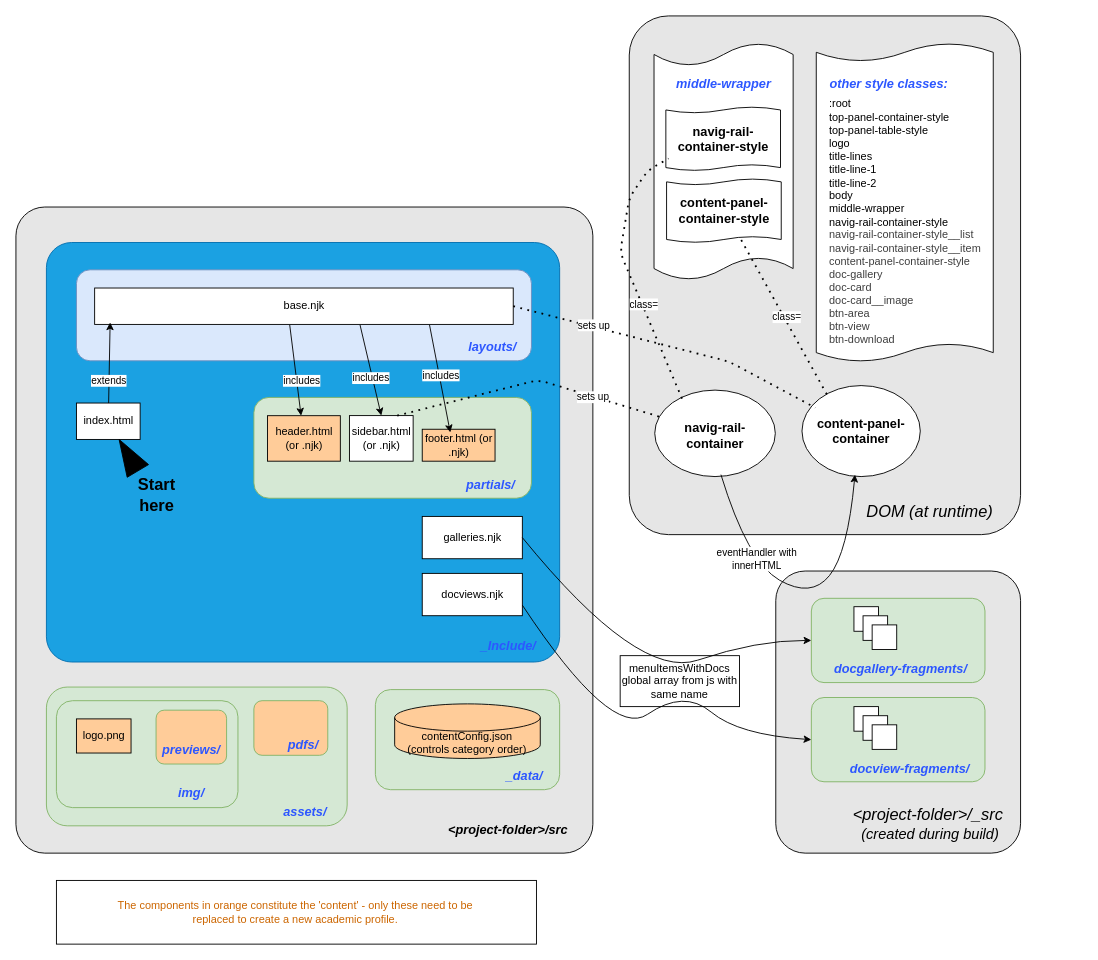
This is src/nunjucks architecture.drawio from johnoos/fragment-gallery, a draw.io file, before an edit. Source tidied: cells renumbered, new cells numbered last; positions are measured from the earlier drawing's top-left corner, leaving out a move shared by most shapes. Both pictures are drawn from the tidied source at 91%, with x=0, y=0 at pixel (15, 15).
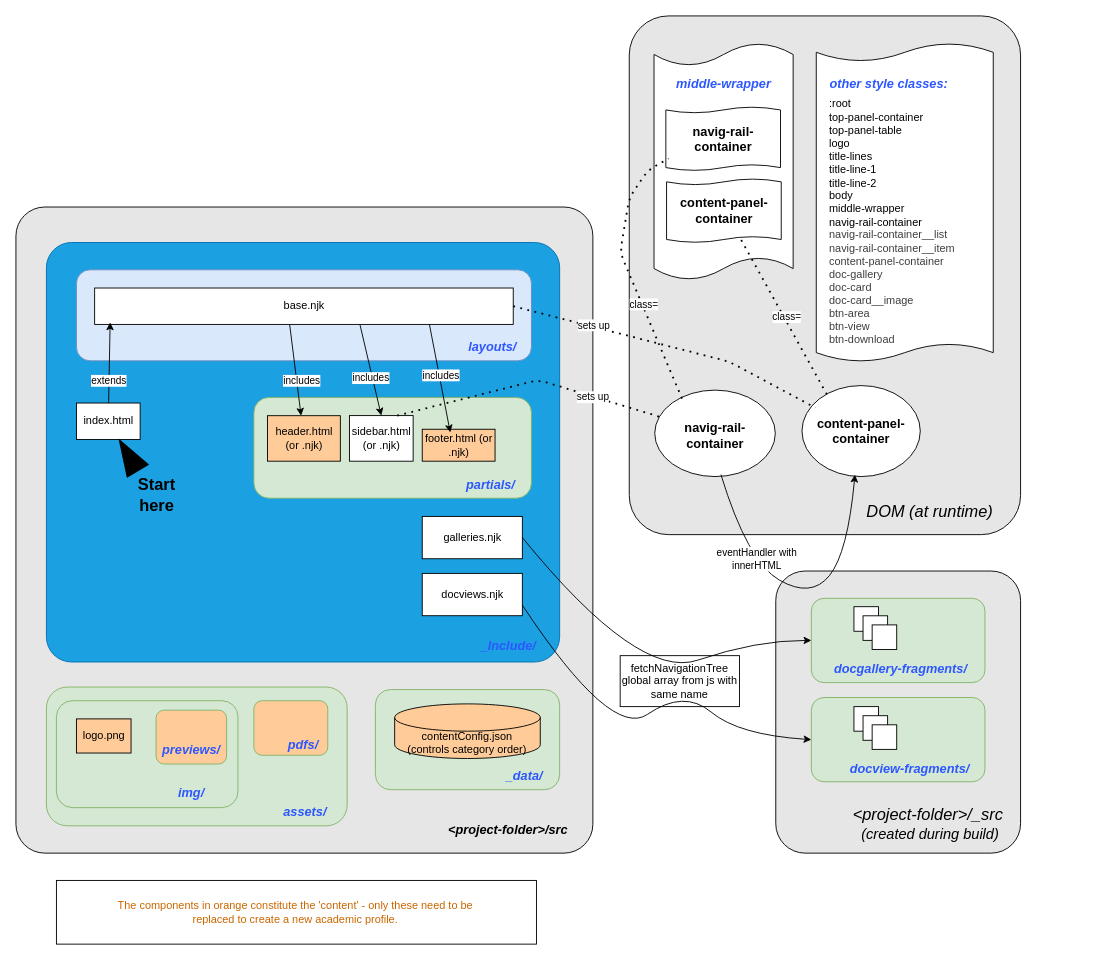
After the change.

Change to the diagram source:
```diff
@@
-    <mxCell id="37" value="&lt;span style=&quot;font-size: 14px;&quot;&gt;&lt;b&gt;navig-rail-container-style&lt;/b&gt;&lt;/span&gt;" style="text;html=1;align=center;verticalAlign=middle;whiteSpace=wrap;rounded=0;" parent="1" vertex="1">
+    <mxCell id="37" value="&lt;span style=&quot;font-size: 14px;&quot;&gt;&lt;b&gt;navig-rail-container&lt;/b&gt;&lt;/span&gt;" style="text;html=1;align=center;verticalAlign=middle;whiteSpace=wrap;rounded=0;" parent="1" vertex="1">
       <mxGeometry x="724.8" y="120" width="105" height="30" as="geometry" />
     </mxCell>
@@
-    <mxCell id="59" value=":root&lt;div&gt;top-panel-container-style&lt;/div&gt;&lt;div&gt;top-panel-table-style&lt;/div&gt;&lt;div&gt;logo&lt;/div&gt;&lt;div&gt;title-lines&lt;/div&gt;&lt;div&gt;title-line-1&lt;/div&gt;&lt;div&gt;title-line-2&lt;/div&gt;&lt;div&gt;body&lt;/div&gt;&lt;div&gt;middle-wrapper&lt;/div&gt;&lt;div&gt;navig-rail-container-style&lt;/div&gt;&lt;div&gt;&lt;span style=&quot;color: rgb(63, 63, 63);&quot;&gt;navig-rail-container-style__list&lt;/span&gt;&lt;/div&gt;&lt;div&gt;&lt;span style=&quot;color: rgb(63, 63, 63); background-color: transparent;&quot;&gt;navig-rail-container-style__item&lt;/span&gt;&lt;/div&gt;&lt;div&gt;&lt;span style=&quot;color: rgb(63, 63, 63); background-color: transparent;&quot;&gt;content-panel-container-style&lt;/span&gt;&lt;/div&gt;&lt;div&gt;&lt;span style=&quot;color: rgb(63, 63, 63); background-color: transparent;&quot;&gt;doc-gallery&lt;/span&gt;&lt;/div&gt;&lt;div&gt;&lt;span style=&quot;color: rgb(63, 63, 63); background-color: transparent;&quot;&gt;doc-card&lt;/span&gt;&lt;/div&gt;&lt;div&gt;&lt;span style=&quot;color: rgb(63, 63, 63); background-color: transparent;&quot;&gt;doc-card__image&lt;/span&gt;&lt;/div&gt;&lt;div&gt;&lt;span style=&quot;color: rgb(63, 63, 63); background-color: transparent;&quot;&gt;btn-area&lt;/span&gt;&lt;/div&gt;&lt;div&gt;&lt;span style=&quot;color: rgb(63, 63, 63); background-color: transparent;&quot;&gt;btn-view&lt;/span&gt;&lt;/div&gt;&lt;div&gt;&lt;span style=&quot;color: rgb(63, 63, 63); background-color: transparent;&quot;&gt;btn-download&lt;/span&gt;&lt;/div&gt;&lt;div&gt;&lt;span style=&quot;color: rgb(63, 63, 63); background-color: transparent;&quot;&gt;&lt;br&gt;&lt;/span&gt;&lt;/div&gt;&lt;div&gt;&lt;span style=&quot;color: rgb(63, 63, 63); background-color: transparent;&quot;&gt;&lt;br&gt;&lt;/span&gt;&lt;/div&gt;&lt;div&gt;&lt;span style=&quot;color: rgb(63, 63, 63); background-color: transparent;&quot;&gt;&lt;br&gt;&lt;/span&gt;&lt;/div&gt;&lt;div&gt;&lt;br&gt;&lt;/div&gt;&lt;div&gt;&lt;br&gt;&lt;/div&gt;&lt;div&gt;&lt;br&gt;&lt;/div&gt;&lt;div&gt;&lt;br&gt;&lt;/div&gt;&lt;div&gt;&lt;br&gt;&lt;/div&gt;" style="text;html=1;align=left;verticalAlign=middle;whiteSpace=wrap;rounded=0;" parent="1" vertex="1">
+    <mxCell id="59" value=":root&lt;div&gt;top-panel-container&lt;/div&gt;&lt;div&gt;top-panel-table&lt;/div&gt;&lt;div&gt;logo&lt;/div&gt;&lt;div&gt;title-lines&lt;/div&gt;&lt;div&gt;title-line-1&lt;/div&gt;&lt;div&gt;title-line-2&lt;/div&gt;&lt;div&gt;body&lt;/div&gt;&lt;div&gt;middle-wrapper&lt;/div&gt;&lt;div&gt;navig-rail-container&lt;/div&gt;&lt;div&gt;&lt;span style=&quot;color: rgb(63, 63, 63);&quot;&gt;navig-rail-container__list&lt;/span&gt;&lt;/div&gt;&lt;div&gt;&lt;span style=&quot;color: rgb(63, 63, 63); background-color: transparent;&quot;&gt;navig-rail-container__item&lt;/span&gt;&lt;/div&gt;&lt;div&gt;&lt;span style=&quot;color: rgb(63, 63, 63); background-color: transparent;&quot;&gt;content-panel-container&lt;/span&gt;&lt;/div&gt;&lt;div&gt;&lt;span style=&quot;color: rgb(63, 63, 63); background-color: transparent;&quot;&gt;doc-gallery&lt;/span&gt;&lt;/div&gt;&lt;div&gt;&lt;span style=&quot;color: rgb(63, 63, 63); background-color: transparent;&quot;&gt;doc-card&lt;/span&gt;&lt;/div&gt;&lt;div&gt;&lt;span style=&quot;color: rgb(63, 63, 63); background-color: transparent;&quot;&gt;doc-card__image&lt;/span&gt;&lt;/div&gt;&lt;div&gt;&lt;span style=&quot;color: rgb(63, 63, 63); background-color: transparent;&quot;&gt;btn-area&lt;/span&gt;&lt;/div&gt;&lt;div&gt;&lt;span style=&quot;color: rgb(63, 63, 63); background-color: transparent;&quot;&gt;btn-view&lt;/span&gt;&lt;/div&gt;&lt;div&gt;&lt;span style=&quot;color: rgb(63, 63, 63); background-color: transparent;&quot;&gt;btn-download&lt;/span&gt;&lt;/div&gt;&lt;div&gt;&lt;span style=&quot;color: rgb(63, 63, 63); background-color: transparent;&quot;&gt;&lt;br&gt;&lt;/span&gt;&lt;/div&gt;&lt;div&gt;&lt;span style=&quot;color: rgb(63, 63, 63); background-color: transparent;&quot;&gt;&lt;br&gt;&lt;/span&gt;&lt;/div&gt;&lt;div&gt;&lt;span style=&quot;color: rgb(63, 63, 63); background-color: transparent;&quot;&gt;&lt;br&gt;&lt;/span&gt;&lt;/div&gt;&lt;div&gt;&lt;br&gt;&lt;/div&gt;&lt;div&gt;&lt;br&gt;&lt;/div&gt;&lt;div&gt;&lt;br&gt;&lt;/div&gt;&lt;div&gt;&lt;br&gt;&lt;/div&gt;&lt;div&gt;&lt;br&gt;&lt;/div&gt;" style="text;html=1;align=left;verticalAlign=middle;whiteSpace=wrap;rounded=0;" parent="1" vertex="1">
       <mxGeometry x="892.2" y="228" width="191.8" height="111" as="geometry" />
     </mxCell>
@@
-    <mxCell id="61" value="&lt;span style=&quot;font-size: 14px;&quot;&gt;&lt;b&gt;content-panel-container-style&lt;/b&gt;&lt;/span&gt;" style="text;html=1;align=center;verticalAlign=middle;whiteSpace=wrap;rounded=0;" parent="1" vertex="1">
+    <mxCell id="61" value="&lt;span style=&quot;font-size: 14px;&quot;&gt;&lt;b&gt;content-panel-container&lt;/b&gt;&lt;/span&gt;" style="text;html=1;align=center;verticalAlign=middle;whiteSpace=wrap;rounded=0;" parent="1" vertex="1">
       <mxGeometry x="725.5" y="199" width="105" height="30" as="geometry" />
     </mxCell>
@@
-    <mxCell id="77" value="menuItemsWithDocs global array from js with same name" style="rounded=0;whiteSpace=wrap;html=1;" parent="1" vertex="1">
+    <mxCell id="77" value="fetchNavigationTree global array from js with same name" style="rounded=0;whiteSpace=wrap;html=1;" parent="1" vertex="1">
       <mxGeometry x="664" y="703" width="131.1" height="56" as="geometry" />
     </mxCell>
```
